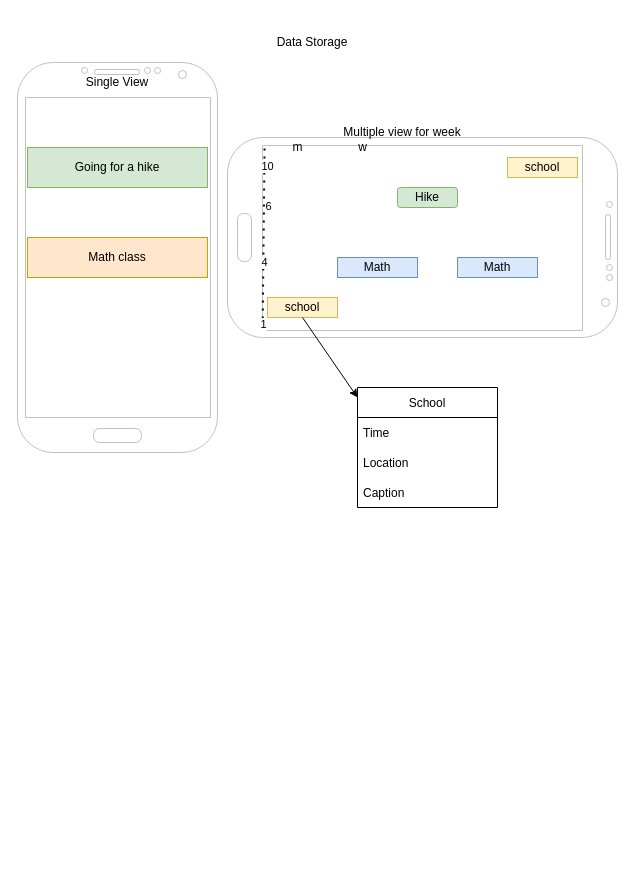
This is Untitled Diagram.drawio from josuetorresf2/.NET-MAUI-SIMPLE-LOGIN-PAGE, a draw.io file, before an edit. Source tidied: cells renumbered, new cells numbered last; positions are measured from the earlier drawing's top-left corner, leaving out a move shared by most shapes. Both pictures are drawn from the tidied source at 100%, with x=0, y=0 at pixel (17, 27).
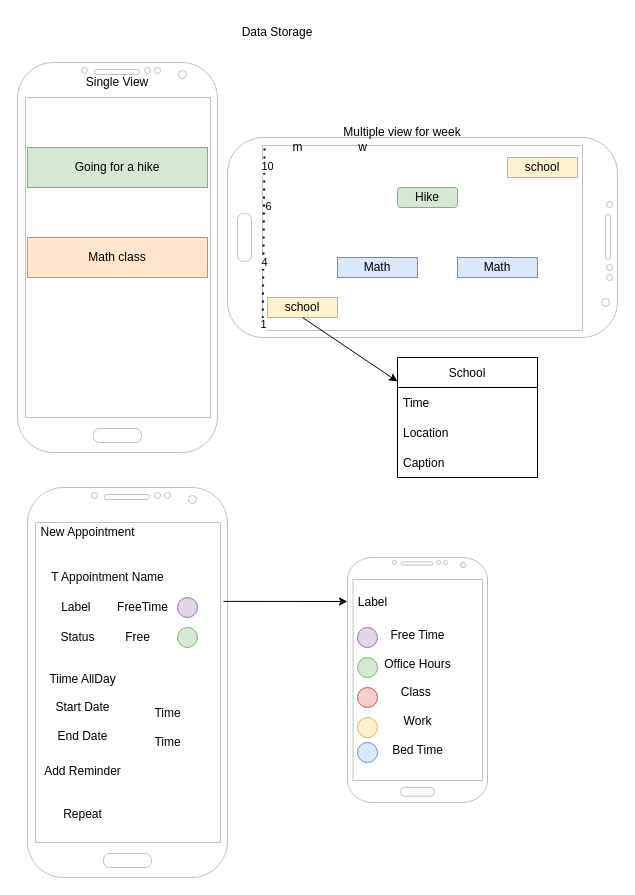
Above is the later version.

Unchanged cells that the change refers to:
```xml
<mxCell id="8" value="school" style="rounded=0;whiteSpace=wrap;html=1;fillColor=#fff2cc;strokeColor=#d6b656;" parent="1" vertex="1">
  <mxGeometry x="250" y="270" width="70" height="20" as="geometry" />
</mxCell>
```

What changed in the source:
```diff
@@
     <mxCell id="11" value="Data Storage" style="text;html=1;strokeColor=none;fillColor=none;align=center;verticalAlign=middle;whiteSpace=wrap;rounded=0;" parent="1" vertex="1">
-      <mxGeometry x="250" width="90" height="30" as="geometry" />
+      <mxGeometry x="215" y="-10" width="90" height="30" as="geometry" />
     </mxCell>
@@
-    <mxCell id="21" style="endArrow=classic;html=1;rounded=0;exitX=0.5;exitY=1;exitDx=0;exitDy=0;" parent="1" edge="1" source="8">
-      <mxGeometry relative="1" as="geometry">
-        <mxPoint x="340" y="370" as="targetPoint" />
-      </mxGeometry>
+    <mxCell id="21" style="endArrow=classic;html=1;rounded=0;exitX=0.5;exitY=1;exitDx=0;exitDy=0;entryX=0;entryY=0.2;entryDx=0;entryDy=0;entryPerimeter=0;" parent="1" edge="1" source="8" target="22">
+      <mxGeometry relative="1" as="geometry" />
     </mxCell>
     <mxCell id="22" value="School" style="swimlane;fontStyle=0;horizontal=1;startSize=30;" parent="1" vertex="1">
-      <mxGeometry x="340" y="360" width="140" height="120" as="geometry" />
+      <mxGeometry x="380" y="330" width="140" height="120" as="geometry" />
     </mxCell>
@@
+    <mxCell id="26" style="verticalLabelPosition=bottom;verticalAlign=top;html=1;shadow=0;dashed=0;strokeWidth=1;shape=mxgraph.android.phone2;strokeColor=#c0c0c0;" parent="1" vertex="1">
+      <mxGeometry x="10" y="460" width="200" height="390" as="geometry" />
+    </mxCell>
+    <mxCell id="27" value="New Appointment" style="text;html=1;align=center;verticalAlign=middle;strokeColor=none;fillColor=none;" parent="1" vertex="1">
+      <mxGeometry x="10" y="490" width="120" height="30" as="geometry" />
+    </mxCell>
+    <mxCell id="28" value="T Appointment Name" style="text;html=1;align=center;verticalAlign=middle;strokeColor=none;fillColor=none;" parent="1" vertex="1">
+      <mxGeometry x="20" y="535" width="140" height="30" as="geometry" />
+    </mxCell>
+    <mxCell id="29" value="Label&amp;nbsp;" style="text;html=1;align=center;verticalAlign=middle;strokeColor=none;fillColor=none;" parent="1" vertex="1">
+      <mxGeometry x="30" y="565" width="60" height="30" as="geometry" />
+    </mxCell>
+    <mxCell id="30" style="ellipse;whiteSpace=wrap;html=1;fillColor=#e1d5e7;strokeColor=#9673a6;" parent="1" vertex="1">
+      <mxGeometry x="160" y="570" width="20" height="20" as="geometry" />
+    </mxCell>
+    <mxCell id="31" value="FreeTime" style="text;html=1;align=center;verticalAlign=middle;strokeColor=none;fillColor=none;" parent="1" vertex="1">
+      <mxGeometry x="90" y="565" width="70" height="30" as="geometry" />
+    </mxCell>
+    <mxCell id="32" value="Status" style="text;html=1;align=center;verticalAlign=middle;strokeColor=none;fillColor=none;" parent="1" vertex="1">
+      <mxGeometry x="30" y="595" width="60" height="30" as="geometry" />
+    </mxCell>
+    <mxCell id="33" value="Free" style="text;html=1;align=center;verticalAlign=middle;strokeColor=none;fillColor=none;" parent="1" vertex="1">
+      <mxGeometry x="95" y="595" width="50" height="30" as="geometry" />
+    </mxCell>
+    <mxCell id="34" style="ellipse;whiteSpace=wrap;html=1;fillColor=#d5e8d4;strokeColor=#82b366;" parent="1" vertex="1">
+      <mxGeometry x="160" y="600" width="20" height="20" as="geometry" />
+    </mxCell>
+    <mxCell id="35" value="Tiime AllDay&lt;br&gt;&lt;br&gt;Start Date&lt;br&gt;&lt;br&gt;End Date" style="text;html=1;align=center;verticalAlign=middle;strokeColor=none;fillColor=none;" parent="1" vertex="1">
+      <mxGeometry x="20" y="640" width="90" height="80" as="geometry" />
+    </mxCell>
+    <mxCell id="36" value="Time&lt;br&gt;&lt;br&gt;Time" style="text;html=1;align=center;verticalAlign=middle;strokeColor=none;fillColor=none;" parent="1" vertex="1">
+      <mxGeometry x="125" y="670" width="50" height="60" as="geometry" />
+    </mxCell>
+    <mxCell id="37" value="Add Reminder&lt;br&gt;&lt;br&gt;&lt;br&gt;Repeat" style="text;html=1;align=center;verticalAlign=middle;strokeColor=none;fillColor=none;" parent="1" vertex="1">
+      <mxGeometry x="15" y="730" width="100" height="70" as="geometry" />
+    </mxCell>
+    <mxCell id="38" style="endArrow=classic;html=1;rounded=0;exitX=0.98;exitY=0.292;exitDx=0;exitDy=0;exitPerimeter=0;" parent="1" edge="1" source="26">
+      <mxGeometry relative="1" as="geometry">
+        <mxPoint x="330" y="574" as="targetPoint" />
+      </mxGeometry>
+    </mxCell>
+    <mxCell id="39" style="verticalLabelPosition=bottom;verticalAlign=top;html=1;shadow=0;dashed=0;strokeWidth=1;shape=mxgraph.android.phone2;strokeColor=#c0c0c0;" parent="1" vertex="1">
+      <mxGeometry x="330" y="530" width="140" height="245" as="geometry" />
+    </mxCell>
+    <mxCell id="40" value="Label" style="text;html=1;align=center;verticalAlign=middle;strokeColor=none;fillColor=none;" parent="1" vertex="1">
+      <mxGeometry x="330" y="560" width="50" height="30" as="geometry" />
+    </mxCell>
+    <mxCell id="41" value="Free Time&lt;br&gt;&lt;br&gt;Office Hours&lt;br&gt;&lt;br&gt;Class&amp;nbsp;&lt;br&gt;&lt;br&gt;Work&lt;br&gt;&lt;br&gt;Bed Time" style="text;html=1;align=center;verticalAlign=middle;strokeColor=none;fillColor=none;" parent="1" vertex="1">
+      <mxGeometry x="355" y="595" width="90" height="140" as="geometry" />
+    </mxCell>
+    <mxCell id="42" style="ellipse;whiteSpace=wrap;html=1;fillColor=#e1d5e7;strokeColor=#9673a6;" parent="1" vertex="1">
+      <mxGeometry x="340" y="600" width="20" height="20" as="geometry" />
+    </mxCell>
+    <mxCell id="43" style="ellipse;whiteSpace=wrap;html=1;fillColor=#d5e8d4;strokeColor=#82b366;" parent="1" vertex="1">
+      <mxGeometry x="340" y="630" width="20" height="20" as="geometry" />
+    </mxCell>
+    <mxCell id="44" style="ellipse;whiteSpace=wrap;html=1;fillColor=#f8cecc;strokeColor=#b85450;" parent="1" vertex="1">
+      <mxGeometry x="340" y="660" width="20" height="20" as="geometry" />
+    </mxCell>
+    <mxCell id="45" style="ellipse;whiteSpace=wrap;html=1;fillColor=#fff2cc;strokeColor=#d6b656;" parent="1" vertex="1">
+      <mxGeometry x="340" y="690" width="20" height="20" as="geometry" />
+    </mxCell>
+    <mxCell id="46" style="ellipse;whiteSpace=wrap;html=1;fillColor=#dae8fc;strokeColor=#6c8ebf;" parent="1" vertex="1">
+      <mxGeometry x="340" y="715" width="20" height="20" as="geometry" />
+    </mxCell>
```
